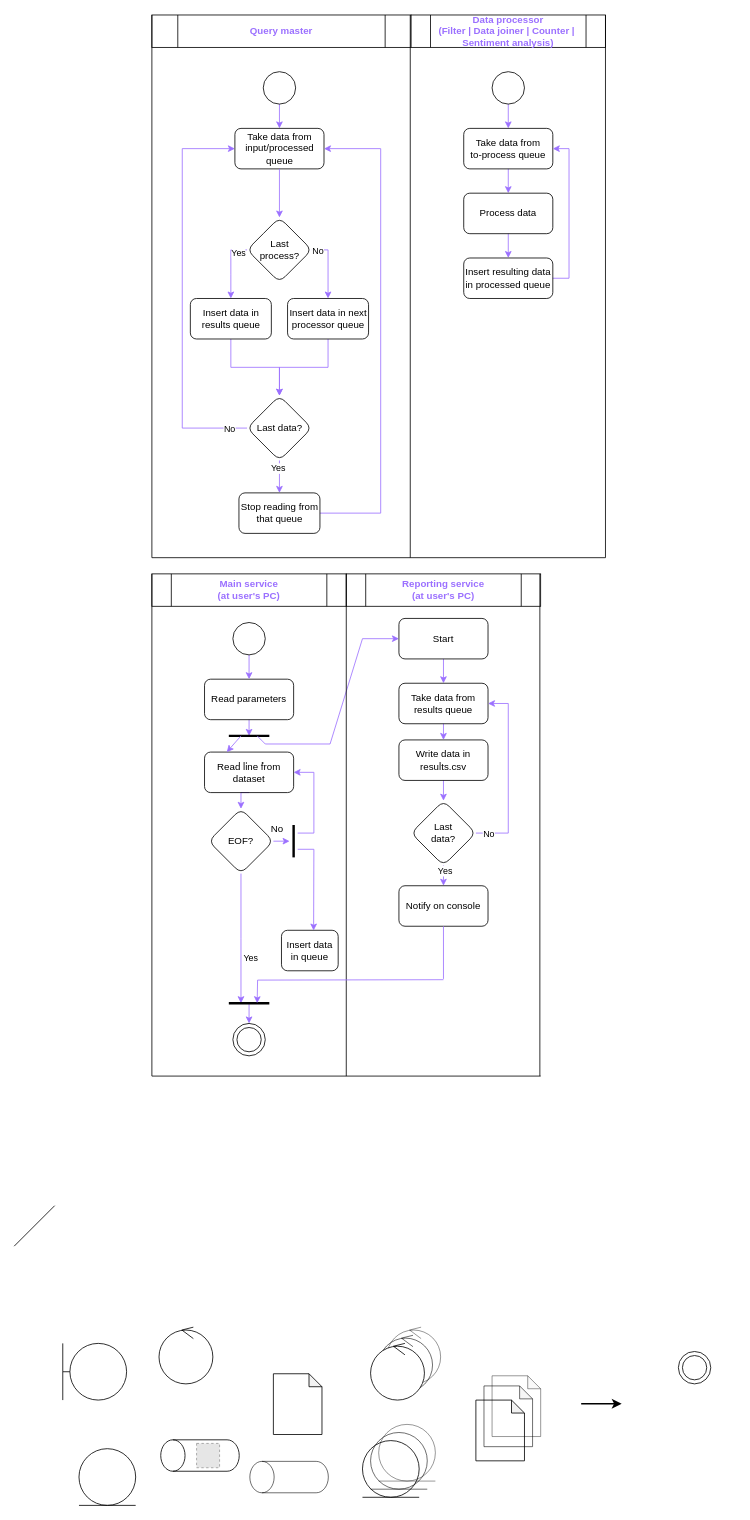
mateogdupont/escalabilidad keeps this draw.io diagram as page "Diagrama de actividades" (3 of 6) of diagrams/diagramas.drawio. Above is the earlier version. Source tidied: cells renumbered, new cells numbered last; positions are measured from the earlier drawing's top-left corner, leaving out a move shared by most shapes. Both pictures are drawn from the tidied source at 81%, with x=0, y=0 at pixel (14, 15). Pictures stored in the file or linked from it are replaced by grey dashed boxes.
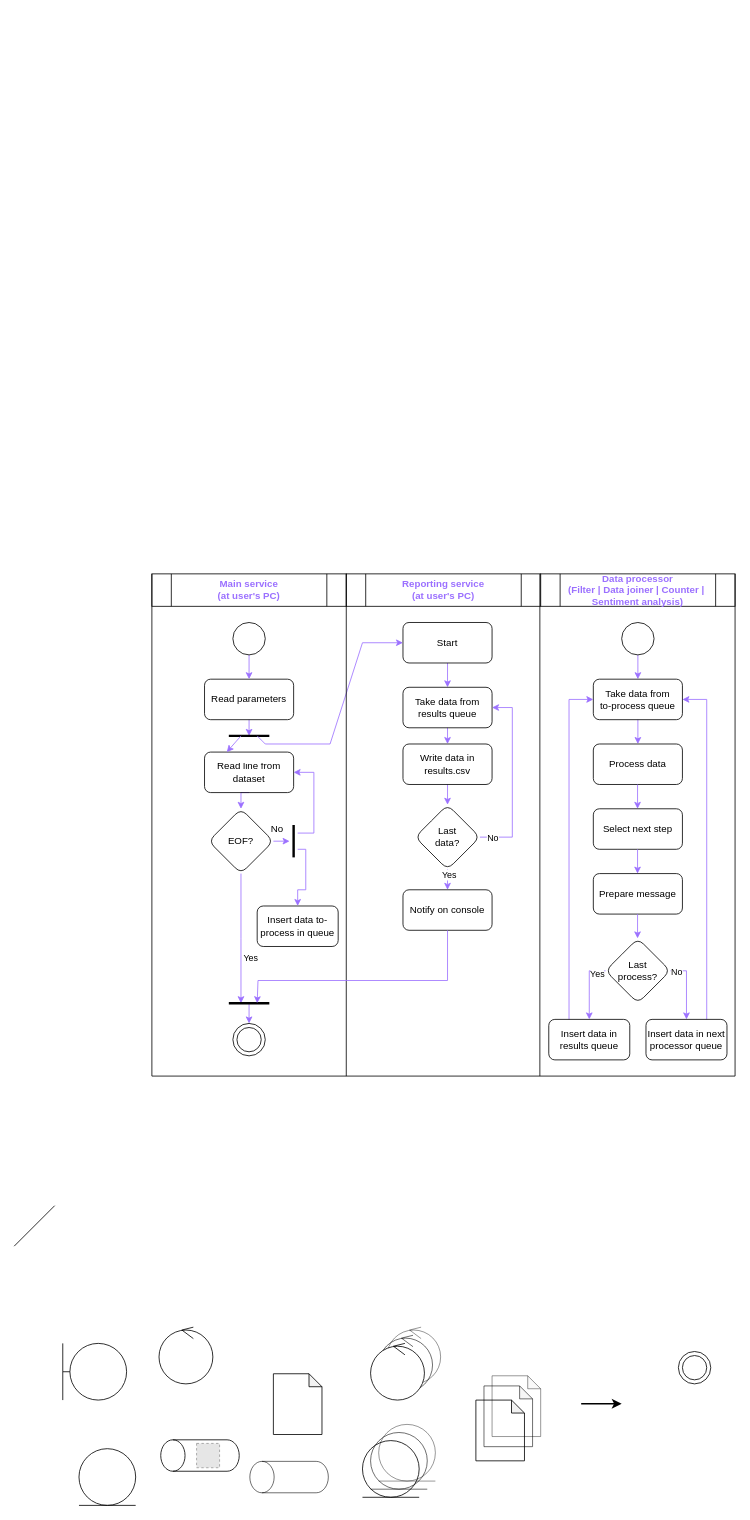
The same page after the edit.

What changed in the source:
```diff
@@
-    <mxCell id="45" value="Query master" style="shape=process;whiteSpace=wrap;html=1;backgroundOutline=1;fontColor=#9B70FF;fontStyle=1;" parent="1" vertex="1">
-      <mxGeometry x="170" width="320" height="40" as="geometry" />
-    </mxCell>
     <mxCell id="46" value="Data processor&lt;br&gt;(Filter | Data joiner | Counter |&amp;nbsp; Sentiment analysis)" style="shape=process;whiteSpace=wrap;html=1;backgroundOutline=1;fontColor=#9B70FF;fontStyle=1;" parent="1" vertex="1">
-      <mxGeometry x="490" width="240" height="40" as="geometry" />
+      <mxGeometry x="650" y="690" width="240" height="40" as="geometry" />
     </mxCell>
@@
-    <mxCell id="48" style="endArrow=none;html=1;rounded=0;entryX=0;entryY=0;entryDx=0;entryDy=0;" parent="1" edge="1">
-      <mxGeometry relative="1" as="geometry">
-        <mxPoint x="170" y="670" as="sourcePoint" />
-        <mxPoint x="170" as="targetPoint" />
-      </mxGeometry>
-    </mxCell>
-    <mxCell id="49" style="endArrow=none;html=1;rounded=0;entryX=0;entryY=0;entryDx=0;entryDy=0;" parent="1" edge="1">
-      <mxGeometry relative="1" as="geometry">
-        <mxPoint x="489" y="670" as="sourcePoint" />
-        <mxPoint x="489" as="targetPoint" />
-      </mxGeometry>
-    </mxCell>
     <mxCell id="50" style="endArrow=none;html=1;rounded=0;entryX=0;entryY=0;entryDx=0;entryDy=0;" parent="1" edge="1">
       <mxGeometry relative="1" as="geometry">
-        <mxPoint x="730" y="670" as="sourcePoint" />
-        <mxPoint x="730" as="targetPoint" />
+        <mxPoint x="890" y="1310" as="sourcePoint" />
+        <mxPoint x="890" y="690" as="targetPoint" />
       </mxGeometry>
     </mxCell>
@@
-    <mxCell id="66" value="Insert data in queue" style="rounded=1;whiteSpace=wrap;html=1;fillColor=none;" parent="1" vertex="1">
-      <mxGeometry x="330" y="1130" width="70" height="50" as="geometry" />
+    <mxCell id="66" value="Insert data to-process in queue" style="rounded=1;whiteSpace=wrap;html=1;fillColor=none;" parent="1" vertex="1">
+      <mxGeometry x="300" y="1100" width="100" height="50" as="geometry" />
     </mxCell>
-    <mxCell id="67" style="edgeStyle=orthogonalEdgeStyle;rounded=0;jettySize=auto;html=1;exitX=0.5;exitY=1;exitDx=0;exitDy=0;entryX=0.5;entryY=0;entryDx=0;entryDy=0;strokeColor=#9B70FF;" parent="1" edge="1" target="68">
-      <mxGeometry relative="1" as="geometry">
-        <mxPoint x="327.5" y="110" as="sourcePoint" />
-      </mxGeometry>
-    </mxCell>
-    <mxCell id="68" value="Take data from input/processed queue" style="rounded=1;whiteSpace=wrap;html=1;fillColor=none;" parent="1" vertex="1">
-      <mxGeometry x="272.5" y="140" width="110" height="50" as="geometry" />
-    </mxCell>
-    <mxCell id="69" style="edgeStyle=orthogonalEdgeStyle;rounded=0;jettySize=auto;html=1;exitX=1;exitY=0.5;exitDx=0;exitDy=0;entryX=0.5;entryY=0;entryDx=0;entryDy=0;strokeColor=#9B70FF;" parent="1" edge="1" source="71" target="78">
-      <mxGeometry relative="1" as="geometry" />
-    </mxCell>
-    <mxCell id="70" value="No" style="edgeLabel;html=1;align=center;verticalAlign=middle;" parent="69" vertex="1">
-      <mxGeometry x="-0.83" y="-1" relative="1" as="geometry" />
-    </mxCell>
-    <mxCell id="71" value="Last&lt;div&gt;process?&lt;/div&gt;" style="rhombus;whiteSpace=wrap;html=1;rounded=1;fillColor=none;" parent="1" vertex="1">
-      <mxGeometry x="287.5" y="250" width="80" height="80" as="geometry" />
-    </mxCell>
@@
-    <mxCell id="74" style="endArrow=classic;html=1;rounded=0;entryX=0.567;entryY=0.006;entryDx=0;entryDy=0;entryPerimeter=0;strokeColor=#9B70FF;" parent="1" edge="1" target="66">
+    <mxCell id="74" style="endArrow=classic;html=1;rounded=0;entryX=0.5;entryY=0;entryDx=0;entryDy=0;strokeColor=#9B70FF;" parent="1" edge="1" target="66">
       <mxGeometry relative="1" as="geometry">
         <mxPoint x="350" y="1030" as="sourcePoint" />
         <Array as="points">
-          <mxPoint x="370" y="1030" />
+          <mxPoint x="360" y="1030" />
+          <mxPoint x="360" y="1080" />
+          <mxPoint x="350" y="1080" />
         </Array>
       </mxGeometry>
     </mxCell>
@@
-    <mxCell id="76" style="edgeStyle=orthogonalEdgeStyle;rounded=0;jettySize=auto;html=1;exitX=0.5;exitY=1;exitDx=0;exitDy=0;entryX=0.5;entryY=0;entryDx=0;entryDy=0;strokeColor=#9B70FF;" parent="1" edge="1" source="68" target="71">
-      <mxGeometry relative="1" as="geometry" />
-    </mxCell>
-    <mxCell id="77" style="edgeStyle=orthogonalEdgeStyle;rounded=0;jettySize=auto;html=1;exitX=0.5;exitY=1;exitDx=0;exitDy=0;entryX=0.5;entryY=0;entryDx=0;entryDy=0;strokeColor=#9B70FF;" parent="1" edge="1" source="78" target="110">
-      <mxGeometry relative="1" as="geometry" />
-    </mxCell>
-    <mxCell id="78" value="Insert data in next processor queue" style="rounded=1;whiteSpace=wrap;html=1;fillColor=none;" parent="1" vertex="1">
-      <mxGeometry x="337.5" y="350" width="100" height="50" as="geometry" />
-    </mxCell>
     <mxCell id="79" style="edgeStyle=orthogonalEdgeStyle;rounded=0;jettySize=auto;html=1;exitX=0.5;exitY=1;exitDx=0;exitDy=0;entryX=0.5;entryY=0;entryDx=0;entryDy=0;strokeColor=#9B70FF;" parent="1" edge="1" target="81">
       <mxGeometry relative="1" as="geometry">
-        <mxPoint x="610" y="110" as="sourcePoint" />
+        <mxPoint x="770" y="790" as="sourcePoint" />
       </mxGeometry>
     </mxCell>
@@
     <mxCell id="81" value="Take data from&lt;br&gt;to-process queue" style="rounded=1;whiteSpace=wrap;html=1;fillColor=none;" parent="1" vertex="1">
-      <mxGeometry x="555" y="140" width="110" height="50" as="geometry" />
+      <mxGeometry x="715" y="820" width="110" height="50" as="geometry" />
     </mxCell>
-    <mxCell id="82" style="edgeStyle=orthogonalEdgeStyle;rounded=0;jettySize=auto;html=1;exitX=0.5;exitY=1;exitDx=0;exitDy=0;entryX=0.5;entryY=0;entryDx=0;entryDy=0;strokeColor=#9B70FF;" parent="1" edge="1" source="83" target="85">
-      <mxGeometry relative="1" as="geometry" />
-    </mxCell>
     <mxCell id="83" value="Process data" style="rounded=1;whiteSpace=wrap;html=1;fillColor=none;" parent="1" vertex="1">
-      <mxGeometry x="555" y="220" width="110" height="50" as="geometry" />
+      <mxGeometry x="715" y="900" width="110" height="50" as="geometry" />
     </mxCell>
-    <mxCell id="84" style="edgeStyle=orthogonalEdgeStyle;rounded=0;jettySize=auto;html=1;exitX=1;exitY=0.5;exitDx=0;exitDy=0;entryX=1;entryY=0.5;entryDx=0;entryDy=0;strokeColor=#9B70FF;" parent="1" edge="1" source="85" target="81">
-      <mxGeometry relative="1" as="geometry" />
-    </mxCell>
-    <mxCell id="85" value="Insert resulting data in processed queue" style="rounded=1;whiteSpace=wrap;html=1;fillColor=none;" parent="1" vertex="1">
-      <mxGeometry x="555" y="300" width="110" height="50" as="geometry" />
-    </mxCell>
-    <mxCell id="86" style="edgeStyle=orthogonalEdgeStyle;rounded=0;jettySize=auto;html=1;exitX=0.5;exitY=1;exitDx=0;exitDy=0;entryX=0.5;entryY=0;entryDx=0;entryDy=0;strokeColor=#9B70FF;" parent="1" edge="1" source="87" target="110">
-      <mxGeometry relative="1" as="geometry" />
-    </mxCell>
-    <mxCell id="87" value="Insert data in results queue" style="rounded=1;whiteSpace=wrap;html=1;fillColor=none;" parent="1" vertex="1">
-      <mxGeometry x="217.5" y="350" width="100" height="50" as="geometry" />
-    </mxCell>
-    <mxCell id="88" style="endArrow=classic;html=1;rounded=0;exitX=0;exitY=0.5;exitDx=0;exitDy=0;entryX=0.5;entryY=0;entryDx=0;entryDy=0;strokeColor=#9B70FF;" parent="1" edge="1" source="71" target="87">
-      <mxGeometry relative="1" as="geometry">
-        <Array as="points">
-          <mxPoint x="267.5" y="290" />
-          <mxPoint x="267.5" y="320" />
-        </Array>
-      </mxGeometry>
-    </mxCell>
-    <mxCell id="89" value="Yes" style="edgeLabel;html=1;align=center;verticalAlign=middle;" parent="88" vertex="1">
-      <mxGeometry x="-0.72" y="3" relative="1" as="geometry" />
-    </mxCell>
@@
     <mxCell id="91" value="Start" style="rounded=1;whiteSpace=wrap;html=1;fillColor=none;" parent="1" vertex="1">
-      <mxGeometry x="475" y="745" width="110" height="50" as="geometry" />
+      <mxGeometry x="480" y="750" width="110" height="50" as="geometry" />
     </mxCell>
@@
     <mxCell id="93" value="Take data from results queue" style="rounded=1;whiteSpace=wrap;html=1;fillColor=none;" parent="1" vertex="1">
-      <mxGeometry x="475" y="825" width="110" height="50" as="geometry" />
+      <mxGeometry x="480" y="830" width="110" height="50" as="geometry" />
     </mxCell>
@@
     <mxCell id="95" value="Write data in results.csv" style="rounded=1;whiteSpace=wrap;html=1;fillColor=none;" parent="1" vertex="1">
-      <mxGeometry x="475" y="895" width="110" height="50" as="geometry" />
+      <mxGeometry x="480" y="900" width="110" height="50" as="geometry" />
     </mxCell>
     <mxCell id="96" style="edgeStyle=orthogonalEdgeStyle;rounded=0;jettySize=auto;html=1;exitX=1;exitY=0.5;exitDx=0;exitDy=0;entryX=1;entryY=0.5;entryDx=0;entryDy=0;strokeColor=#9B70FF;" parent="1" edge="1" source="100" target="93">
       <mxGeometry relative="1" as="geometry">
         <Array as="points">
-          <mxPoint x="610" y="1010" />
-          <mxPoint x="610" y="850" />
+          <mxPoint x="615" y="1015" />
+          <mxPoint x="615" y="855" />
         </Array>
       </mxGeometry>
     </mxCell>
@@
     <mxCell id="100" value="Last&lt;div&gt;data?&lt;/div&gt;" style="rhombus;whiteSpace=wrap;html=1;rounded=1;fillColor=none;" parent="1" vertex="1">
-      <mxGeometry x="490" y="970" width="80" height="80" as="geometry" />
+      <mxGeometry x="495" y="975" width="80" height="80" as="geometry" />
     </mxCell>
     <mxCell id="101" value="Notify on console" style="rounded=1;whiteSpace=wrap;html=1;fillColor=none;" parent="1" vertex="1">
-      <mxGeometry x="475" y="1075" width="110" height="50" as="geometry" />
+      <mxGeometry x="480" y="1080" width="110" height="50" as="geometry" />
     </mxCell>
@@
     <mxCell id="104" style="endArrow=classic;html=1;rounded=0;entryX=0;entryY=0.5;entryDx=0;entryDy=0;strokeColor=#9B70FF;" parent="1" edge="1" target="91">
       <mxGeometry relative="1" as="geometry">
         <mxPoint x="300" y="890" as="sourcePoint" />
         <Array as="points">
           <mxPoint x="310" y="900" />
           <mxPoint x="390" y="900" />
-          <mxPoint x="430" y="770" />
+          <mxPoint x="430" y="775" />
         </Array>
       </mxGeometry>
     </mxCell>
@@
-    <mxCell id="106" style="edgeStyle=orthogonalEdgeStyle;rounded=0;jettySize=auto;html=1;exitX=0;exitY=0.5;exitDx=0;exitDy=0;entryX=0;entryY=0.5;entryDx=0;entryDy=0;strokeColor=#9B70FF;" parent="1" edge="1" source="110" target="68">
-      <mxGeometry relative="1" as="geometry">
-        <Array as="points">
-          <mxPoint x="207.5" y="510" />
-          <mxPoint x="207.5" y="165" />
-        </Array>
-      </mxGeometry>
-    </mxCell>
-    <mxCell id="107" value="No" style="edgeLabel;html=1;align=center;verticalAlign=middle;" parent="106" vertex="1">
-      <mxGeometry x="-0.91" relative="1" as="geometry" />
-    </mxCell>
-    <mxCell id="108" style="edgeStyle=orthogonalEdgeStyle;rounded=0;jettySize=auto;html=1;exitX=0.5;exitY=1;exitDx=0;exitDy=0;entryX=0.5;entryY=0;entryDx=0;entryDy=0;strokeColor=#9B70FF;" parent="1" edge="1" source="110" target="113">
-      <mxGeometry relative="1" as="geometry" />
-    </mxCell>
-    <mxCell id="109" value="Yes" style="edgeLabel;html=1;align=center;verticalAlign=middle;" parent="108" vertex="1">
-      <mxGeometry x="-0.56" y="-2" relative="1" as="geometry" />
-    </mxCell>
-    <mxCell id="110" value="Last data?" style="rhombus;whiteSpace=wrap;html=1;rounded=1;fillColor=none;" parent="1" vertex="1">
-      <mxGeometry x="287.5" y="470" width="80" height="80" as="geometry" />
-    </mxCell>
@@
-    <mxCell id="112" style="edgeStyle=orthogonalEdgeStyle;rounded=0;jettySize=auto;html=1;exitX=1;exitY=0.5;exitDx=0;exitDy=0;entryX=1;entryY=0.5;entryDx=0;entryDy=0;strokeColor=#9B70FF;" parent="1" edge="1" source="113" target="68">
-      <mxGeometry relative="1" as="geometry">
-        <Array as="points">
-          <mxPoint x="452.5" y="615" />
-          <mxPoint x="452.5" y="165" />
-        </Array>
-      </mxGeometry>
-    </mxCell>
-    <mxCell id="113" value="Stop reading from that queue" style="rounded=1;whiteSpace=wrap;html=1;fillColor=none;" parent="1" vertex="1">
-      <mxGeometry x="277.5" y="590" width="100" height="50" as="geometry" />
-    </mxCell>
     <mxCell id="114" style="endArrow=none;html=1;rounded=0;" parent="1" edge="1">
       <mxGeometry relative="1" as="geometry">
         <mxPoint x="170" y="1310" as="sourcePoint" />
-        <mxPoint x="650" y="1310" as="targetPoint" />
+        <mxPoint x="890" y="1310" as="targetPoint" />
       </mxGeometry>
     </mxCell>
@@
-    <mxCell id="121" style="edgeStyle=orthogonalEdgeStyle;rounded=0;orthogonalLoop=1;jettySize=auto;html=1;strokeColor=#9B70FF;" parent="1" edge="1">
+    <mxCell id="121" style="edgeStyle=orthogonalEdgeStyle;rounded=0;jettySize=auto;html=1;strokeColor=#9B70FF;exitX=0.5;exitY=1;exitDx=0;exitDy=0;" parent="1" edge="1" source="101">
       <mxGeometry relative="1" as="geometry">
-        <mxPoint x="530" y="1191" as="sourcePoint" />
         <mxPoint x="300" y="1220" as="targetPoint" />
+        <Array as="points">
+          <mxPoint x="535" y="1192" />
+          <mxPoint x="301" y="1192" />
+          <mxPoint x="301" y="1220" />
+        </Array>
       </mxGeometry>
     </mxCell>
-    <mxCell id="122" style="endArrow=none;html=1;rounded=0;entryX=0.5;entryY=1;entryDx=0;entryDy=0;strokeColor=#9B70FF;" parent="1" edge="1" target="101">
-      <mxGeometry relative="1" as="geometry">
-        <mxPoint x="530" y="1190" as="sourcePoint" />
-      </mxGeometry>
-    </mxCell>
-    <mxCell id="123" style="ellipse;whiteSpace=wrap;html=1;fillColor=#FFFFFF;" parent="1" vertex="1">
-      <mxGeometry x="307.5" y="70" width="40" height="40" as="geometry" />
-    </mxCell>
     <mxCell id="124" style="ellipse;whiteSpace=wrap;html=1;fillColor=#FFFFFF;" parent="1" vertex="1">
-      <mxGeometry x="590" y="70" width="40" height="40" as="geometry" />
+      <mxGeometry x="750" y="750" width="40" height="40" as="geometry" />
     </mxCell>
-    <mxCell id="125" style="endArrow=none;html=1;rounded=0;" parent="1" edge="1">
-      <mxGeometry relative="1" as="geometry">
-        <mxPoint x="170" y="670" as="sourcePoint" />
-        <mxPoint x="730" y="670" as="targetPoint" />
-      </mxGeometry>
-    </mxCell>
+    <mxCell id="126" value="Select next step" style="rounded=1;whiteSpace=wrap;html=1;fillColor=none;" parent="1" vertex="1">
+      <mxGeometry x="715" y="980" width="110" height="50" as="geometry" />
+    </mxCell>
+    <mxCell id="127" value="Prepare message" style="rounded=1;whiteSpace=wrap;html=1;fillColor=none;" parent="1" vertex="1">
+      <mxGeometry x="715" y="1060" width="110" height="50" as="geometry" />
+    </mxCell>
+    <mxCell id="128" style="edgeStyle=orthogonalEdgeStyle;rounded=0;orthogonalLoop=1;jettySize=auto;html=1;exitX=0.5;exitY=1;exitDx=0;exitDy=0;entryX=0.5;entryY=0;entryDx=0;entryDy=0;strokeColor=#9B70FF;" parent="1" edge="1">
+      <mxGeometry relative="1" as="geometry">
+        <mxPoint x="769.6" y="950" as="sourcePoint" />
+        <mxPoint x="769.6" y="980" as="targetPoint" />
+      </mxGeometry>
+    </mxCell>
+    <mxCell id="129" style="edgeStyle=orthogonalEdgeStyle;rounded=0;orthogonalLoop=1;jettySize=auto;html=1;exitX=0.5;exitY=1;exitDx=0;exitDy=0;entryX=0.5;entryY=0;entryDx=0;entryDy=0;strokeColor=#9B70FF;" parent="1" edge="1">
+      <mxGeometry relative="1" as="geometry">
+        <mxPoint x="769.6" y="1030" as="sourcePoint" />
+        <mxPoint x="769.6" y="1060" as="targetPoint" />
+      </mxGeometry>
+    </mxCell>
+    <mxCell id="69" style="edgeStyle=orthogonalEdgeStyle;rounded=0;jettySize=auto;html=1;exitX=1;exitY=0.5;exitDx=0;exitDy=0;entryX=0.5;entryY=0;entryDx=0;entryDy=0;strokeColor=#9B70FF;" parent="1" edge="1" source="71" target="78">
+      <mxGeometry relative="1" as="geometry" />
+    </mxCell>
+    <mxCell id="130" value="No" style="edgeLabel;html=1;align=center;verticalAlign=middle;" parent="69" vertex="1">
+      <mxGeometry x="-0.83" y="-1" relative="1" as="geometry" />
+    </mxCell>
+    <mxCell id="71" value="Last&lt;div&gt;process?&lt;/div&gt;" style="rhombus;whiteSpace=wrap;html=1;rounded=1;fillColor=none;" parent="1" vertex="1">
+      <mxGeometry x="730" y="1140" width="80" height="80" as="geometry" />
+    </mxCell>
+    <mxCell id="131" style="edgeStyle=orthogonalEdgeStyle;rounded=0;jettySize=auto;html=1;exitX=0.75;exitY=0;exitDx=0;exitDy=0;entryX=1;entryY=0.5;entryDx=0;entryDy=0;strokeColor=#9B70FF;" parent="1" edge="1" source="78" target="81">
+      <mxGeometry relative="1" as="geometry" />
+    </mxCell>
+    <mxCell id="78" value="Insert data in next processor queue" style="rounded=1;whiteSpace=wrap;html=1;fillColor=none;" parent="1" vertex="1">
+      <mxGeometry x="780" y="1240" width="100" height="50" as="geometry" />
+    </mxCell>
+    <mxCell id="132" style="edgeStyle=orthogonalEdgeStyle;rounded=0;jettySize=auto;html=1;exitX=0.25;exitY=0;exitDx=0;exitDy=0;entryX=0;entryY=0.5;entryDx=0;entryDy=0;strokeColor=#9B70FF;" parent="1" edge="1" source="87" target="81">
+      <mxGeometry relative="1" as="geometry" />
+    </mxCell>
+    <mxCell id="87" value="Insert data in results queue" style="rounded=1;whiteSpace=wrap;html=1;fillColor=none;" parent="1" vertex="1">
+      <mxGeometry x="660" y="1240" width="100" height="50" as="geometry" />
+    </mxCell>
+    <mxCell id="88" style="endArrow=classic;html=1;rounded=0;exitX=0;exitY=0.5;exitDx=0;exitDy=0;entryX=0.5;entryY=0;entryDx=0;entryDy=0;strokeColor=#9B70FF;" parent="1" edge="1" source="71" target="87">
+      <mxGeometry relative="1" as="geometry">
+        <Array as="points">
+          <mxPoint x="710" y="1180" />
+          <mxPoint x="710" y="1210" />
+        </Array>
+      </mxGeometry>
+    </mxCell>
+    <mxCell id="133" value="Yes" style="edgeLabel;html=1;align=center;verticalAlign=middle;" parent="88" vertex="1">
+      <mxGeometry x="-0.72" y="3" relative="1" as="geometry" />
+    </mxCell>
+    <mxCell id="134" style="edgeStyle=orthogonalEdgeStyle;rounded=0;orthogonalLoop=1;jettySize=auto;html=1;exitX=0.5;exitY=1;exitDx=0;exitDy=0;entryX=0.5;entryY=0;entryDx=0;entryDy=0;strokeColor=#9B70FF;" parent="1" edge="1">
+      <mxGeometry relative="1" as="geometry">
+        <mxPoint x="769.6" y="1110" as="sourcePoint" />
+        <mxPoint x="769.6" y="1140" as="targetPoint" />
+      </mxGeometry>
+    </mxCell>
```
